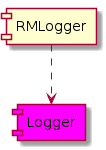
The PlantUML diagram requirementsManager/design/architecture/CP_Common.png in gboud21/PythonTools, before a commit. Source of this version:
```plantuml
@startuml
skinparam fixCircleLabelOverlapping true

component [RMLogger] as RMLogger

component [Logger] #Magenta

RMLogger ..> Logger

@enduml
```
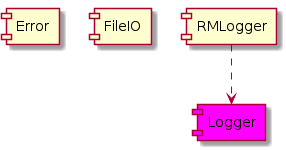
Later version of the same file.

The edit, as a diff of the source:
```diff
@@ -1,5 +1,9 @@
 @startuml
 skinparam fixCircleLabelOverlapping true
+
+component [Error]
+
+component [FileIO]
 
 component [RMLogger] as RMLogger
 
```
